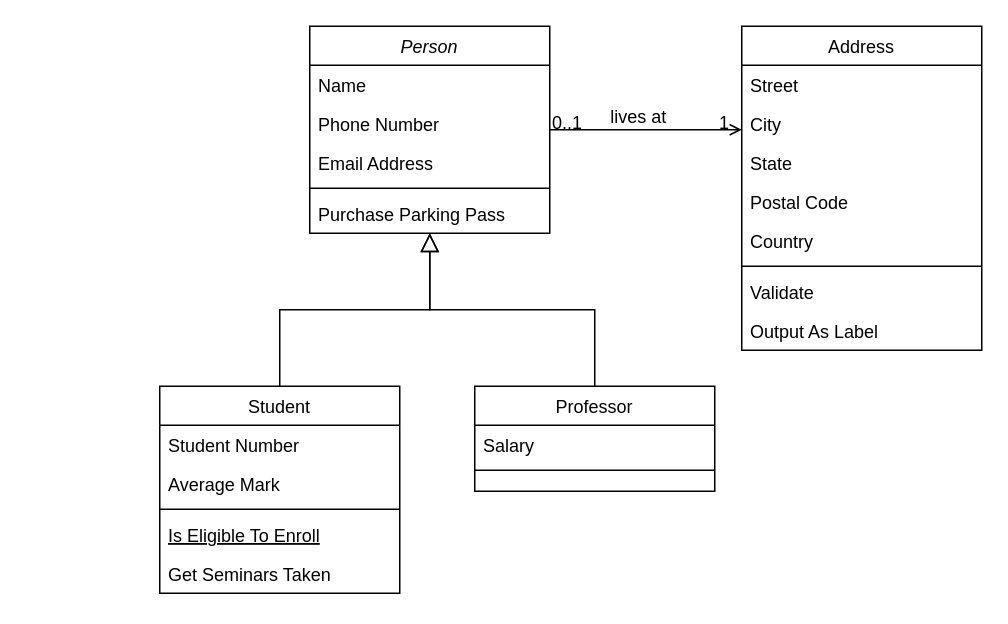
Earlier version of the draw.io diagram Diagrama sem nome.drawio (fehstack/Java). Source tidied: cells renumbered, new cells numbered last; positions are measured from the earlier drawing's top-left corner, leaving out a move shared by most shapes. Both pictures are drawn from the tidied source at 150%, with x=0, y=0 at pixel (159, 26).
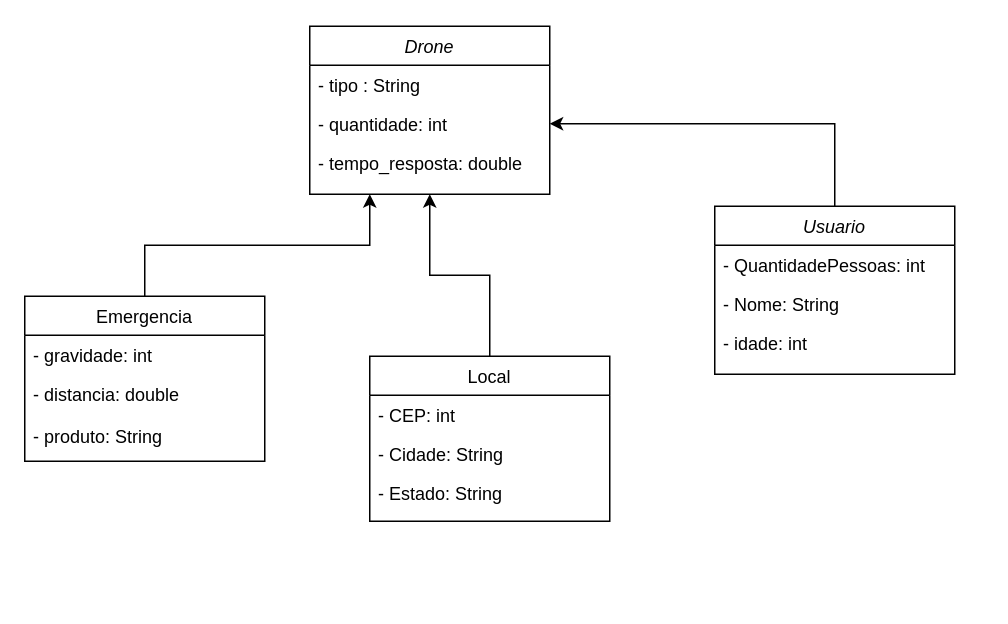
Above is the later version.

Commit message:
GlobalSolution_2022_DDD

What changed in the source:
```diff
@@
-    <mxCell id="2" value="Person" style="swimlane;fontStyle=2;align=center;verticalAlign=top;horizontal=1;startSize=26;rounded=0;shadow=0;strokeWidth=1;" parent="1" vertex="1">
-      <mxGeometry x="100" width="160" height="138" as="geometry" />
+    <mxCell id="2" value="Drone" style="swimlane;fontStyle=2;align=center;verticalAlign=top;horizontal=1;startSize=26;rounded=0;shadow=0;strokeWidth=1;" parent="1" vertex="1">
+      <mxGeometry x="100" width="160" height="112" as="geometry" />
     </mxCell>
-    <mxCell id="3" value="Name" style="text;align=left;verticalAlign=top;spacingLeft=4;spacingRight=4;overflow=hidden;" parent="2" vertex="1">
+    <mxCell id="3" value="- tipo : String" style="text;align=left;verticalAlign=top;spacingLeft=4;spacingRight=4;overflow=hidden;" parent="2" vertex="1">
       <mxGeometry y="26" width="160" height="26" as="geometry" />
     </mxCell>
-    <mxCell id="4" value="Phone Number" style="text;align=left;verticalAlign=top;spacingLeft=4;spacingRight=4;overflow=hidden;points=[[0,0.5],[1,0.5]];portConstraint=eastwest;rounded=0;shadow=0;html=0;" parent="2" vertex="1">
+    <mxCell id="4" value="- quantidade: int" style="text;align=left;verticalAlign=top;spacingLeft=4;spacingRight=4;overflow=hidden;points=[[0,0.5],[1,0.5]];portConstraint=eastwest;rounded=0;shadow=0;html=0;" parent="2" vertex="1">
       <mxGeometry y="52" width="160" height="26" as="geometry" />
     </mxCell>
-    <mxCell id="5" value="Email Address" style="text;align=left;verticalAlign=top;spacingLeft=4;spacingRight=4;overflow=hidden;rounded=0;shadow=0;html=0;" parent="2" vertex="1">
+    <mxCell id="5" value="- tempo_resposta: double" style="text;align=left;verticalAlign=top;spacingLeft=4;spacingRight=4;overflow=hidden;rounded=0;shadow=0;html=0;" parent="2" vertex="1">
       <mxGeometry y="78" width="160" height="26" as="geometry" />
     </mxCell>
-    <mxCell id="6" style="line;html=1;strokeWidth=1;align=left;verticalAlign=middle;spacingTop=-1;spacingLeft=3;spacingRight=3;labelPosition=right;" parent="2" vertex="1">
-      <mxGeometry y="104" width="160" height="8" as="geometry" />
-    </mxCell>
-    <mxCell id="7" value="Purchase Parking Pass" style="text;align=left;verticalAlign=top;spacingLeft=4;spacingRight=4;overflow=hidden;" parent="2" vertex="1">
-      <mxGeometry y="112" width="160" height="26" as="geometry" />
-    </mxCell>
+    <mxCell id="14" style="edgeStyle=orthogonalEdgeStyle;rounded=0;jettySize=auto;html=1;exitX=0.5;exitY=0;exitDx=0;exitDy=0;entryX=0.25;entryY=1;entryDx=0;entryDy=0;" parent="1" edge="1" source="8" target="2">
+      <mxGeometry relative="1" as="geometry" />
+    </mxCell>
-    <mxCell id="8" value="Student" style="swimlane;fontStyle=0;align=center;verticalAlign=top;horizontal=1;startSize=26;rounded=0;shadow=0;strokeWidth=1;" parent="1" vertex="1">
-      <mxGeometry y="240" width="160" height="138" as="geometry" />
+    <mxCell id="8" value="Emergencia" style="swimlane;fontStyle=0;align=center;verticalAlign=top;horizontal=1;startSize=26;rounded=0;shadow=0;strokeWidth=1;" parent="1" vertex="1">
+      <mxGeometry x="-90" y="180" width="160" height="110" as="geometry" />
     </mxCell>
-    <mxCell id="9" value="Student Number" style="text;align=left;verticalAlign=top;spacingLeft=4;spacingRight=4;overflow=hidden;" parent="8" vertex="1">
+    <mxCell id="9" value="- gravidade: int" style="text;align=left;verticalAlign=top;spacingLeft=4;spacingRight=4;overflow=hidden;" parent="8" vertex="1">
       <mxGeometry y="26" width="160" height="26" as="geometry" />
     </mxCell>
-    <mxCell id="10" value="Average Mark" style="text;align=left;verticalAlign=top;spacingLeft=4;spacingRight=4;overflow=hidden;rounded=0;shadow=0;html=0;" parent="8" vertex="1">
-      <mxGeometry y="52" width="160" height="26" as="geometry" />
+    <mxCell id="10" value="- distancia: double&#10;&#10;- produto: String " style="text;align=left;verticalAlign=top;spacingLeft=4;spacingRight=4;overflow=hidden;rounded=0;shadow=0;html=0;" parent="8" vertex="1">
+      <mxGeometry y="52" width="160" height="48" as="geometry" />
     </mxCell>
-    <mxCell id="11" style="line;html=1;strokeWidth=1;align=left;verticalAlign=middle;spacingTop=-1;spacingLeft=3;spacingRight=3;labelPosition=right;" parent="8" vertex="1">
-      <mxGeometry y="78" width="160" height="8" as="geometry" />
-    </mxCell>
-    <mxCell id="12" value="Is Eligible To Enroll" style="text;align=left;verticalAlign=top;spacingLeft=4;spacingRight=4;overflow=hidden;fontStyle=4;" parent="8" vertex="1">
-      <mxGeometry y="86" width="160" height="26" as="geometry" />
-    </mxCell>
-    <mxCell id="13" value="Get Seminars Taken" style="text;align=left;verticalAlign=top;spacingLeft=4;spacingRight=4;overflow=hidden;" parent="8" vertex="1">
-      <mxGeometry y="112" width="160" height="26" as="geometry" />
-    </mxCell>
-    <mxCell id="14" style="endArrow=block;endSize=10;endFill=0;shadow=0;strokeWidth=1;rounded=0;edgeStyle=elbowEdgeStyle;elbow=vertical;" parent="1" edge="1" source="8" target="2">
-      <mxGeometry relative="1" as="geometry" />
-    </mxCell>
-    <mxCell id="15" value="Professor" style="swimlane;fontStyle=0;align=center;verticalAlign=top;horizontal=1;startSize=26;rounded=0;shadow=0;strokeWidth=1;" parent="1" vertex="1">
-      <mxGeometry x="210" y="240" width="160" height="70" as="geometry" />
-    </mxCell>
-    <mxCell id="16" value="Salary" style="text;align=left;verticalAlign=top;spacingLeft=4;spacingRight=4;overflow=hidden;" parent="15" vertex="1">
-      <mxGeometry y="26" width="160" height="26" as="geometry" />
-    </mxCell>
-    <mxCell id="17" style="line;html=1;strokeWidth=1;align=left;verticalAlign=middle;spacingTop=-1;spacingLeft=3;spacingRight=3;labelPosition=right;" parent="15" vertex="1">
-      <mxGeometry y="52" width="160" height="8" as="geometry" />
-    </mxCell>
-    <mxCell id="18" style="endArrow=block;endSize=10;endFill=0;shadow=0;strokeWidth=1;rounded=0;edgeStyle=elbowEdgeStyle;elbow=vertical;" parent="1" edge="1" source="15" target="2">
-      <mxGeometry relative="1" as="geometry" />
-    </mxCell>
+    <mxCell id="32" style="edgeStyle=orthogonalEdgeStyle;rounded=0;jettySize=auto;html=1;entryX=0.5;entryY=1;entryDx=0;entryDy=0;" parent="1" edge="1" source="19" target="2">
+      <mxGeometry relative="1" as="geometry" />
+    </mxCell>
-    <mxCell id="19" value="Address" style="swimlane;fontStyle=0;align=center;verticalAlign=top;horizontal=1;startSize=26;rounded=0;shadow=0;strokeWidth=1;" parent="1" vertex="1">
-      <mxGeometry x="388" width="160" height="216" as="geometry" />
+    <mxCell id="19" value="Local" style="swimlane;fontStyle=0;align=center;verticalAlign=top;horizontal=1;startSize=26;rounded=0;shadow=0;strokeWidth=1;" parent="1" vertex="1">
+      <mxGeometry x="140" y="220" width="160" height="110" as="geometry" />
     </mxCell>
-    <mxCell id="20" value="Street" style="text;align=left;verticalAlign=top;spacingLeft=4;spacingRight=4;overflow=hidden;" parent="19" vertex="1">
+    <mxCell id="20" value="- CEP: int" style="text;align=left;verticalAlign=top;spacingLeft=4;spacingRight=4;overflow=hidden;" parent="19" vertex="1">
       <mxGeometry y="26" width="160" height="26" as="geometry" />
     </mxCell>
-    <mxCell id="21" value="City" style="text;align=left;verticalAlign=top;spacingLeft=4;spacingRight=4;overflow=hidden;rounded=0;shadow=0;html=0;" parent="19" vertex="1">
+    <mxCell id="21" value="- Cidade: String&#10;" style="text;align=left;verticalAlign=top;spacingLeft=4;spacingRight=4;overflow=hidden;rounded=0;shadow=0;html=0;" parent="19" vertex="1">
       <mxGeometry y="52" width="160" height="26" as="geometry" />
     </mxCell>
-    <mxCell id="22" value="State" style="text;align=left;verticalAlign=top;spacingLeft=4;spacingRight=4;overflow=hidden;rounded=0;shadow=0;html=0;" parent="19" vertex="1">
+    <mxCell id="22" value="- Estado: String" style="text;align=left;verticalAlign=top;spacingLeft=4;spacingRight=4;overflow=hidden;rounded=0;shadow=0;html=0;" parent="19" vertex="1">
       <mxGeometry y="78" width="160" height="26" as="geometry" />
     </mxCell>
-    <mxCell id="23" value="Postal Code" style="text;align=left;verticalAlign=top;spacingLeft=4;spacingRight=4;overflow=hidden;rounded=0;shadow=0;html=0;" parent="19" vertex="1">
-      <mxGeometry y="104" width="160" height="26" as="geometry" />
-    </mxCell>
-    <mxCell id="24" value="Country" style="text;align=left;verticalAlign=top;spacingLeft=4;spacingRight=4;overflow=hidden;rounded=0;shadow=0;html=0;" parent="19" vertex="1">
-      <mxGeometry y="130" width="160" height="26" as="geometry" />
-    </mxCell>
-    <mxCell id="25" style="line;html=1;strokeWidth=1;align=left;verticalAlign=middle;spacingTop=-1;spacingLeft=3;spacingRight=3;labelPosition=right;" parent="19" vertex="1">
-      <mxGeometry y="156" width="160" height="8" as="geometry" />
-    </mxCell>
-    <mxCell id="26" value="Validate" style="text;align=left;verticalAlign=top;spacingLeft=4;spacingRight=4;overflow=hidden;" parent="19" vertex="1">
-      <mxGeometry y="164" width="160" height="26" as="geometry" />
-    </mxCell>
-    <mxCell id="27" value="Output As Label" style="text;align=left;verticalAlign=top;spacingLeft=4;spacingRight=4;overflow=hidden;" parent="19" vertex="1">
-      <mxGeometry y="190" width="160" height="26" as="geometry" />
-    </mxCell>
-    <mxCell id="28" style="endArrow=open;shadow=0;strokeWidth=1;rounded=0;endFill=1;edgeStyle=elbowEdgeStyle;elbow=vertical;" parent="1" edge="1" source="2" target="19">
-      <mxGeometry x="0.5" y="41" relative="1" as="geometry">
-        <mxPoint x="-40" y="32" as="offset" />
-      </mxGeometry>
-    </mxCell>
-    <mxCell id="29" value="0..1" style="align=left;verticalAlign=bottom;labelBackgroundColor=none;fontSize=12;" parent="28" vertex="1">
-      <mxGeometry x="-1" relative="1" as="geometry">
-        <mxPoint y="4" as="offset" />
-      </mxGeometry>
-    </mxCell>
-    <mxCell id="30" value="1" style="align=right;verticalAlign=bottom;labelBackgroundColor=none;fontSize=12;" parent="28" vertex="1">
-      <mxGeometry x="1" relative="1" as="geometry">
-        <mxPoint x="-7" y="4" as="offset" />
-      </mxGeometry>
-    </mxCell>
-    <mxCell id="31" value="lives at" style="text;html=1;align=center;verticalAlign=middle;labelBackgroundColor=none;rounded=0;shadow=0;strokeWidth=1;fontSize=12;" parent="28" vertex="1">
-      <mxGeometry x="0.5" y="49" relative="1" as="geometry">
-        <mxPoint x="-38" y="40" as="offset" />
-      </mxGeometry>
-    </mxCell>
+    <mxCell id="33" style="edgeStyle=orthogonalEdgeStyle;rounded=0;jettySize=auto;html=1;entryX=1;entryY=0.5;entryDx=0;entryDy=0;" parent="1" edge="1" source="34" target="4">
+      <mxGeometry relative="1" as="geometry" />
+    </mxCell>
+    <mxCell id="34" value="Usuario&#10;" style="swimlane;fontStyle=2;align=center;verticalAlign=top;horizontal=1;startSize=26;rounded=0;shadow=0;strokeWidth=1;" parent="1" vertex="1">
+      <mxGeometry x="370" y="120" width="160" height="112" as="geometry" />
+    </mxCell>
+    <mxCell id="35" value="- QuantidadePessoas: int" style="text;align=left;verticalAlign=top;spacingLeft=4;spacingRight=4;overflow=hidden;" parent="34" vertex="1">
+      <mxGeometry y="26" width="160" height="26" as="geometry" />
+    </mxCell>
+    <mxCell id="36" value="- Nome: String" style="text;align=left;verticalAlign=top;spacingLeft=4;spacingRight=4;overflow=hidden;rounded=0;shadow=0;html=0;" parent="34" vertex="1">
+      <mxGeometry y="52" width="160" height="26" as="geometry" />
+    </mxCell>
+    <mxCell id="37" value="- idade: int" style="text;align=left;verticalAlign=top;spacingLeft=4;spacingRight=4;overflow=hidden;rounded=0;shadow=0;html=0;" parent="34" vertex="1">
+      <mxGeometry y="78" width="160" height="26" as="geometry" />
+    </mxCell>
```
